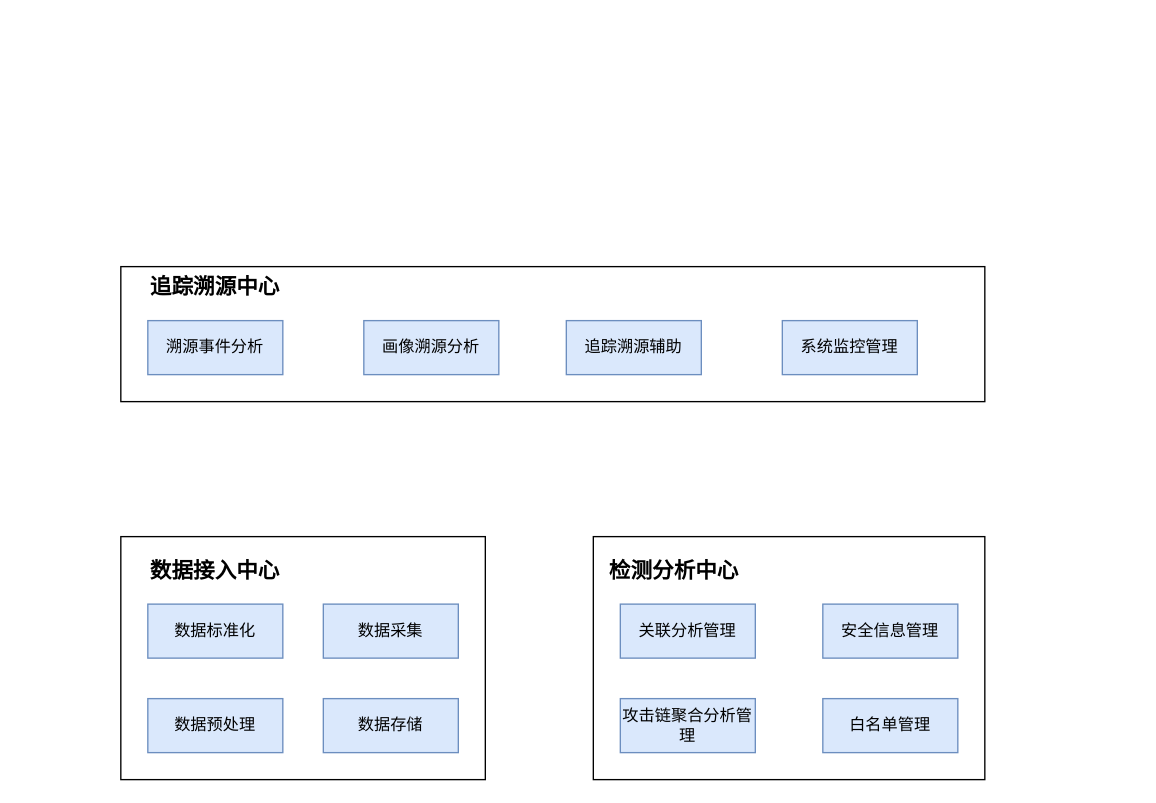
Before: 概要设计-内部接口设计.drawio in popvlovs/popvlovs-repository, a draw.io diagram. Source tidied: cells renumbered, new cells numbered last; positions are measured from the earlier drawing's top-left corner, leaving out a move shared by most shapes. Both pictures are drawn from the tidied source at 135%, with x=0, y=0 at pixel (120, 266).
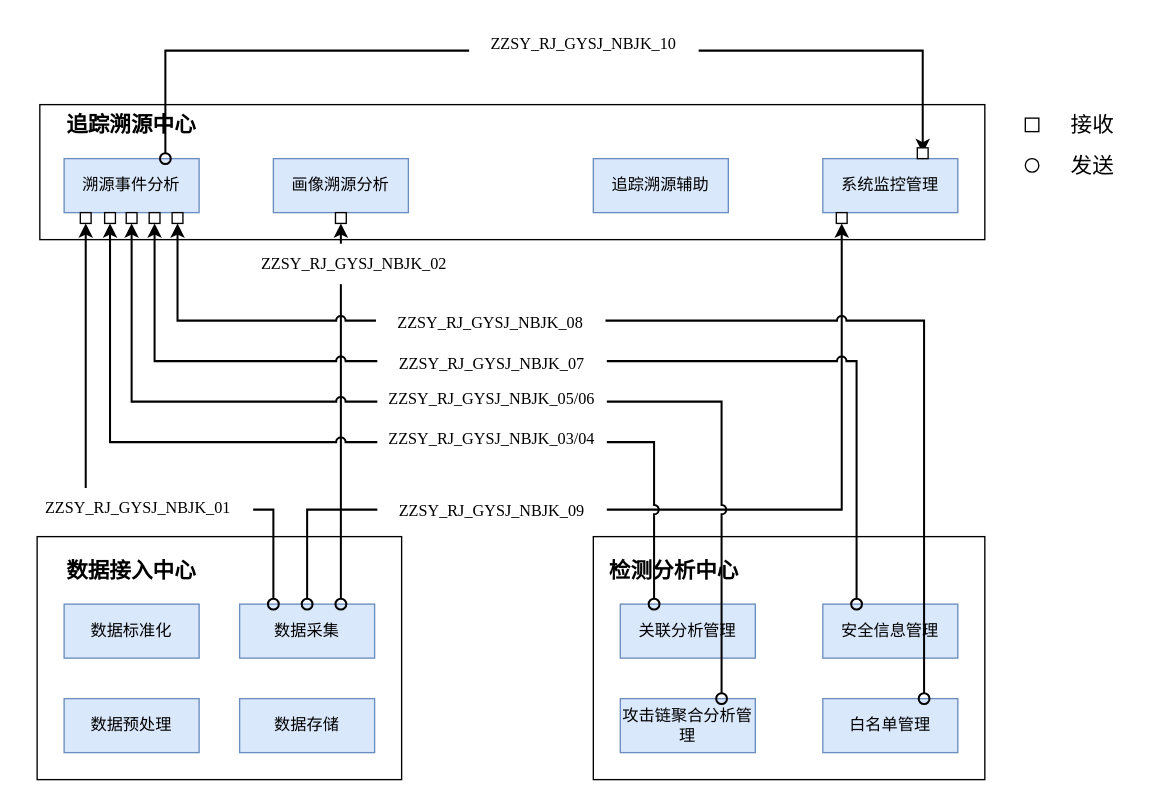
The same page after the edit.

Commit message (it also covers changes not shown here):
Update 概要设计-内部接口设计.drawio

The change refers to these unchanged cells:
```xml
<mxCell id="16" value="关联分析管理" style="rounded=0;whiteSpace=wrap;html=1;fillColor=#dae8fc;strokeColor=#6c8ebf;" parent="1" vertex="1">
  <mxGeometry x="370" y="250" width="100" height="40" as="geometry" />
</mxCell>
<mxCell id="17" value="攻击链聚合分析管理" style="rounded=0;whiteSpace=wrap;html=1;fillColor=#dae8fc;strokeColor=#6c8ebf;" parent="1" vertex="1">
  <mxGeometry x="370" y="320" width="100" height="40" as="geometry" />
</mxCell>
<mxCell id="18" value="安全信息管理" style="rounded=0;whiteSpace=wrap;html=1;fillColor=#dae8fc;strokeColor=#6c8ebf;" parent="1" vertex="1">
  <mxGeometry x="520" y="250" width="100" height="40" as="geometry" />
</mxCell>
<mxCell id="19" value="白名单管理" style="rounded=0;whiteSpace=wrap;html=1;fillColor=#dae8fc;strokeColor=#6c8ebf;" parent="1" vertex="1">
  <mxGeometry x="520" y="320" width="100" height="40" as="geometry" />
</mxCell>
```

What changed in the source:
```diff
@@
     <mxCell id="2" style="rounded=0;whiteSpace=wrap;html=1;" parent="1" vertex="1">
-      <mxGeometry width="640" height="100" as="geometry" />
+      <mxGeometry x="-60" y="-120" width="700" height="100" as="geometry" />
     </mxCell>
     <mxCell id="3" value="追踪溯源中心" style="text;html=1;strokeColor=none;fillColor=none;align=center;verticalAlign=middle;whiteSpace=wrap;rounded=0;fontStyle=1;fontSize=16;" parent="1" vertex="1">
-      <mxGeometry x="10" width="120" height="30" as="geometry" />
+      <mxGeometry x="-52" y="-120" width="120" height="30" as="geometry" />
     </mxCell>
     <mxCell id="4" value="溯源事件分析" style="rounded=0;whiteSpace=wrap;html=1;fillColor=#dae8fc;strokeColor=#6c8ebf;" parent="1" vertex="1">
-      <mxGeometry x="20" y="40" width="100" height="40" as="geometry" />
+      <mxGeometry x="-42" y="-80" width="100" height="40" as="geometry" />
     </mxCell>
     <mxCell id="5" value="画像溯源分析" style="rounded=0;whiteSpace=wrap;html=1;fillColor=#dae8fc;strokeColor=#6c8ebf;" parent="1" vertex="1">
-      <mxGeometry x="180" y="40" width="100" height="40" as="geometry" />
+      <mxGeometry x="113" y="-80" width="100" height="40" as="geometry" />
     </mxCell>
+    <mxCell id="20" style="edgeStyle=orthogonalEdgeStyle;shape=connector;rounded=0;sketch=0;jumpStyle=arc;jettySize=auto;html=1;exitX=0.75;exitY=0;exitDx=0;exitDy=0;labelBackgroundColor=default;fontFamily=Helvetica;fontSize=16;fontColor=default;startArrow=oval;startFill=0;endArrow=classic;endFill=1;startSize=8;endSize=6;strokeColor=default;strokeWidth=1.5;" parent="1" edge="1" source="4">
+      <mxGeometry relative="1" as="geometry">
+        <mxPoint x="594" y="-84" as="targetPoint" />
+        <Array as="points">
+          <mxPoint x="33" y="-160" />
+          <mxPoint x="594" y="-160" />
+        </Array>
+      </mxGeometry>
+    </mxCell>
     <mxCell id="6" value="追踪溯源辅助" style="rounded=0;whiteSpace=wrap;html=1;fillColor=#dae8fc;strokeColor=#6c8ebf;" parent="1" vertex="1">
-      <mxGeometry x="330" y="40" width="100" height="40" as="geometry" />
+      <mxGeometry x="350" y="-80" width="100" height="40" as="geometry" />
     </mxCell>
     <mxCell id="7" value="系统监控管理" style="rounded=0;whiteSpace=wrap;html=1;fillColor=#dae8fc;strokeColor=#6c8ebf;" parent="1" vertex="1">
-      <mxGeometry x="490" y="40" width="100" height="40" as="geometry" />
+      <mxGeometry x="520" y="-80" width="100" height="40" as="geometry" />
     </mxCell>
     <mxCell id="8" style="rounded=0;whiteSpace=wrap;html=1;" parent="1" vertex="1">
-      <mxGeometry y="200" width="270" height="180" as="geometry" />
+      <mxGeometry x="-62" y="200" width="270" height="180" as="geometry" />
     </mxCell>
     <mxCell id="9" value="数据接入中心" style="text;html=1;strokeColor=none;fillColor=none;align=center;verticalAlign=middle;whiteSpace=wrap;rounded=0;fontStyle=1;fontSize=16;" parent="1" vertex="1">
-      <mxGeometry x="10" y="210" width="120" height="30" as="geometry" />
+      <mxGeometry x="-52" y="210" width="120" height="30" as="geometry" />
     </mxCell>
     <mxCell id="10" value="数据标准化" style="rounded=0;whiteSpace=wrap;html=1;fillColor=#dae8fc;strokeColor=#6c8ebf;" parent="1" vertex="1">
-      <mxGeometry x="20" y="250" width="100" height="40" as="geometry" />
+      <mxGeometry x="-42" y="250" width="100" height="40" as="geometry" />
     </mxCell>
     <mxCell id="11" value="数据预处理" style="rounded=0;whiteSpace=wrap;html=1;fillColor=#dae8fc;strokeColor=#6c8ebf;" parent="1" vertex="1">
-      <mxGeometry x="20" y="320" width="100" height="40" as="geometry" />
+      <mxGeometry x="-42" y="320" width="100" height="40" as="geometry" />
     </mxCell>
     <mxCell id="12" value="数据采集" style="rounded=0;whiteSpace=wrap;html=1;fillColor=#dae8fc;strokeColor=#6c8ebf;" parent="1" vertex="1">
-      <mxGeometry x="150" y="250" width="100" height="40" as="geometry" />
+      <mxGeometry x="88" y="250" width="100" height="40" as="geometry" />
     </mxCell>
+    <mxCell id="21" style="edgeStyle=orthogonalEdgeStyle;shape=connector;rounded=0;sketch=0;jumpStyle=arc;jettySize=auto;html=1;entryX=0.5;entryY=1;entryDx=0;entryDy=0;labelBackgroundColor=default;fontFamily=Helvetica;fontSize=16;fontColor=default;startArrow=oval;startFill=0;endArrow=classic;endFill=1;startSize=8;endSize=6;strokeColor=default;strokeWidth=1.5;" parent="1" edge="1" source="12" target="28">
+      <mxGeometry relative="1" as="geometry">
+        <Array as="points">
+          <mxPoint x="113" y="180" />
+          <mxPoint x="-26" y="180" />
+        </Array>
+      </mxGeometry>
+    </mxCell>
+    <mxCell id="22" style="edgeStyle=orthogonalEdgeStyle;shape=connector;rounded=0;sketch=0;jumpStyle=arc;jettySize=auto;html=1;exitX=0.5;exitY=0;exitDx=0;exitDy=0;entryX=0.5;entryY=1;entryDx=0;entryDy=0;labelBackgroundColor=default;fontFamily=Helvetica;fontSize=16;fontColor=default;startArrow=oval;startFill=0;endArrow=classic;endFill=1;startSize=8;endSize=6;strokeColor=default;strokeWidth=1.5;" parent="1" edge="1" source="12" target="35">
+      <mxGeometry relative="1" as="geometry">
+        <Array as="points">
+          <mxPoint x="138" y="180" />
+          <mxPoint x="534" y="180" />
+        </Array>
+      </mxGeometry>
+    </mxCell>
+    <mxCell id="23" style="edgeStyle=orthogonalEdgeStyle;shape=connector;rounded=0;jettySize=auto;html=1;exitX=0.75;exitY=0;exitDx=0;exitDy=0;entryX=0.5;entryY=1;entryDx=0;entryDy=0;labelBackgroundColor=default;fontFamily=Helvetica;fontSize=16;fontColor=default;startArrow=oval;startFill=0;endArrow=classic;endFill=1;startSize=8;endSize=6;strokeColor=default;strokeWidth=1.5;" parent="1" edge="1" source="12" target="34">
+      <mxGeometry relative="1" as="geometry" />
+    </mxCell>
     <mxCell id="13" value="数据存储" style="rounded=0;whiteSpace=wrap;html=1;fillColor=#dae8fc;strokeColor=#6c8ebf;" parent="1" vertex="1">
-      <mxGeometry x="150" y="320" width="100" height="40" as="geometry" />
+      <mxGeometry x="88" y="320" width="100" height="40" as="geometry" />
     </mxCell>
@@
+    <mxCell id="24" style="edgeStyle=orthogonalEdgeStyle;shape=connector;rounded=0;jettySize=auto;html=1;exitX=0.25;exitY=0;exitDx=0;exitDy=0;labelBackgroundColor=default;fontFamily=Helvetica;fontSize=16;fontColor=default;startArrow=oval;startFill=0;endArrow=classic;endFill=1;startSize=8;endSize=6;strokeColor=default;strokeWidth=1.5;sketch=0;jumpStyle=arc;entryX=0.5;entryY=1;entryDx=0;entryDy=0;" parent="1" edge="1" source="16" target="31">
+      <mxGeometry relative="1" as="geometry">
+        <Array as="points">
+          <mxPoint x="395" y="130" />
+          <mxPoint x="-8" y="130" />
+        </Array>
+      </mxGeometry>
+    </mxCell>
@@
+    <mxCell id="25" style="edgeStyle=orthogonalEdgeStyle;shape=connector;rounded=0;sketch=0;jumpStyle=arc;jettySize=auto;html=1;exitX=0.75;exitY=0;exitDx=0;exitDy=0;labelBackgroundColor=default;fontFamily=Helvetica;fontSize=16;fontColor=default;startArrow=oval;startFill=0;endArrow=classic;endFill=1;startSize=8;endSize=6;strokeColor=default;strokeWidth=1.5;entryX=0.5;entryY=1;entryDx=0;entryDy=0;" parent="1" edge="1" source="17" target="30">
+      <mxGeometry relative="1" as="geometry">
+        <Array as="points">
+          <mxPoint x="445" y="100" />
+          <mxPoint x="8" y="100" />
+        </Array>
+      </mxGeometry>
+    </mxCell>
@@
+    <mxCell id="26" style="edgeStyle=orthogonalEdgeStyle;shape=connector;rounded=0;sketch=0;jumpStyle=arc;jettySize=auto;html=1;exitX=0.25;exitY=0;exitDx=0;exitDy=0;entryX=0.5;entryY=1;entryDx=0;entryDy=0;labelBackgroundColor=default;fontFamily=Helvetica;fontSize=16;fontColor=default;startArrow=oval;startFill=0;endArrow=classic;endFill=1;startSize=8;endSize=6;strokeColor=default;strokeWidth=1.5;" parent="1" edge="1" source="18" target="32">
+      <mxGeometry relative="1" as="geometry">
+        <Array as="points">
+          <mxPoint x="545" y="70" />
+          <mxPoint x="25" y="70" />
+        </Array>
+      </mxGeometry>
+    </mxCell>
@@
+    <mxCell id="27" style="edgeStyle=orthogonalEdgeStyle;shape=connector;rounded=0;sketch=0;jumpStyle=arc;jettySize=auto;html=1;exitX=0.75;exitY=0;exitDx=0;exitDy=0;entryX=0.5;entryY=1;entryDx=0;entryDy=0;labelBackgroundColor=default;fontFamily=Helvetica;fontSize=16;fontColor=default;startArrow=oval;startFill=0;endArrow=classic;endFill=1;startSize=8;endSize=6;strokeColor=default;strokeWidth=1.5;" parent="1" edge="1" source="19" target="33">
+      <mxGeometry relative="1" as="geometry">
+        <Array as="points">
+          <mxPoint x="595" y="40" />
+          <mxPoint x="42" y="40" />
+        </Array>
+      </mxGeometry>
+    </mxCell>
+    <mxCell id="28" style="rounded=0;whiteSpace=wrap;html=1;fontFamily=Helvetica;fontSize=16;fontColor=default;" parent="1" vertex="1">
+      <mxGeometry x="-30" y="-40" width="8" height="8" as="geometry" />
+    </mxCell>
+    <mxCell id="29" value="&lt;span lang=&quot;EN-US&quot; style=&quot;font-size: 12px; font-family: &amp;quot;times new roman&amp;quot;, serif;&quot;&gt;ZZSY_RJ_GYSJ_NBJK_01&lt;/span&gt;" style="text;html=1;strokeColor=none;fillColor=#FFFFFF;align=center;verticalAlign=middle;whiteSpace=wrap;rounded=0;fontFamily=Helvetica;fontSize=12;fontColor=default;" parent="1" vertex="1">
+      <mxGeometry x="-72" y="164" width="170" height="30" as="geometry" />
+    </mxCell>
+    <mxCell id="30" style="rounded=0;whiteSpace=wrap;html=1;fontFamily=Helvetica;fontSize=16;fontColor=default;" parent="1" vertex="1">
+      <mxGeometry x="4" y="-40" width="8" height="8" as="geometry" />
+    </mxCell>
+    <mxCell id="31" style="rounded=0;whiteSpace=wrap;html=1;fontFamily=Helvetica;fontSize=16;fontColor=default;" parent="1" vertex="1">
+      <mxGeometry x="-12" y="-40" width="8" height="8" as="geometry" />
+    </mxCell>
+    <mxCell id="32" style="rounded=0;whiteSpace=wrap;html=1;fontFamily=Helvetica;fontSize=16;fontColor=default;" parent="1" vertex="1">
+      <mxGeometry x="21" y="-40" width="8" height="8" as="geometry" />
+    </mxCell>
+    <mxCell id="33" style="rounded=0;whiteSpace=wrap;html=1;fontFamily=Helvetica;fontSize=16;fontColor=default;" parent="1" vertex="1">
+      <mxGeometry x="38" y="-40" width="8" height="8" as="geometry" />
+    </mxCell>
+    <mxCell id="34" style="rounded=0;whiteSpace=wrap;html=1;fontFamily=Helvetica;fontSize=16;fontColor=default;" parent="1" vertex="1">
+      <mxGeometry x="159" y="-40" width="8" height="8" as="geometry" />
+    </mxCell>
+    <mxCell id="35" style="rounded=0;whiteSpace=wrap;html=1;fontFamily=Helvetica;fontSize=16;fontColor=default;" parent="1" vertex="1">
+      <mxGeometry x="530" y="-40" width="8" height="8" as="geometry" />
+    </mxCell>
+    <mxCell id="36" style="rounded=0;whiteSpace=wrap;html=1;fontFamily=Helvetica;fontSize=16;fontColor=default;" parent="1" vertex="1">
+      <mxGeometry x="590" y="-88" width="8" height="8" as="geometry" />
+    </mxCell>
+    <mxCell id="37" value="&lt;span lang=&quot;EN-US&quot; style=&quot;font-size: 12px ; font-family: &amp;#34;times new roman&amp;#34; , serif&quot;&gt;ZZSY_RJ_GYSJ_NBJK_02&lt;/span&gt;" style="text;html=1;strokeColor=none;fillColor=#FFFFFF;align=center;verticalAlign=middle;whiteSpace=wrap;rounded=0;fontFamily=Helvetica;fontSize=12;fontColor=default;" parent="1" vertex="1">
+      <mxGeometry x="88" y="-17" width="170" height="30" as="geometry" />
+    </mxCell>
+    <mxCell id="38" value="&lt;span lang=&quot;EN-US&quot; style=&quot;font-size: 12px ; font-family: &amp;#34;times new roman&amp;#34; , serif&quot;&gt;ZZSY_RJ_GYSJ_NBJK_03/04&lt;/span&gt;" style="text;html=1;strokeColor=none;fillColor=#FFFFFF;align=center;verticalAlign=middle;whiteSpace=wrap;rounded=0;fontFamily=Helvetica;fontSize=12;fontColor=default;" parent="1" vertex="1">
+      <mxGeometry x="190" y="113" width="170" height="30" as="geometry" />
+    </mxCell>
+    <mxCell id="39" value="&lt;span lang=&quot;EN-US&quot; style=&quot;font-size: 12px ; font-family: &amp;#34;times new roman&amp;#34; , serif&quot;&gt;ZZSY_RJ_GYSJ_NBJK_10&lt;/span&gt;" style="text;html=1;strokeColor=none;fillColor=#FFFFFF;align=center;verticalAlign=middle;whiteSpace=wrap;rounded=0;fontFamily=Helvetica;fontSize=12;fontColor=default;" parent="1" vertex="1">
+      <mxGeometry x="258" y="-180" width="170" height="30" as="geometry" />
+    </mxCell>
+    <mxCell id="40" value="&lt;span lang=&quot;EN-US&quot; style=&quot;font-size: 12px ; font-family: &amp;#34;times new roman&amp;#34; , serif&quot;&gt;ZZSY_RJ_GYSJ_NBJK_09&lt;/span&gt;" style="text;html=1;strokeColor=none;fillColor=#FFFFFF;align=center;verticalAlign=middle;whiteSpace=wrap;rounded=0;fontFamily=Helvetica;fontSize=12;fontColor=default;" parent="1" vertex="1">
+      <mxGeometry x="190" y="166" width="170" height="30" as="geometry" />
+    </mxCell>
+    <mxCell id="41" value="&lt;span lang=&quot;EN-US&quot; style=&quot;font-size: 12px ; font-family: &amp;#34;times new roman&amp;#34; , serif&quot;&gt;ZZSY_RJ_GYSJ_NBJK_05/06&lt;/span&gt;" style="text;html=1;strokeColor=none;fillColor=#FFFFFF;align=center;verticalAlign=middle;whiteSpace=wrap;rounded=0;fontFamily=Helvetica;fontSize=12;fontColor=default;" parent="1" vertex="1">
+      <mxGeometry x="190" y="83" width="170" height="30" as="geometry" />
+    </mxCell>
+    <mxCell id="42" value="&lt;span lang=&quot;EN-US&quot; style=&quot;font-size: 12px ; font-family: &amp;#34;times new roman&amp;#34; , serif&quot;&gt;ZZSY_RJ_GYSJ_NBJK_07&lt;/span&gt;" style="text;html=1;strokeColor=none;fillColor=#FFFFFF;align=center;verticalAlign=middle;whiteSpace=wrap;rounded=0;fontFamily=Helvetica;fontSize=12;fontColor=default;" parent="1" vertex="1">
+      <mxGeometry x="190" y="57" width="170" height="30" as="geometry" />
+    </mxCell>
+    <mxCell id="43" value="&lt;span lang=&quot;EN-US&quot; style=&quot;font-size: 12px ; font-family: &amp;#34;times new roman&amp;#34; , serif&quot;&gt;ZZSY_RJ_GYSJ_NBJK_08&lt;/span&gt;" style="text;html=1;strokeColor=none;fillColor=#FFFFFF;align=center;verticalAlign=middle;whiteSpace=wrap;rounded=0;fontFamily=Helvetica;fontSize=12;fontColor=default;" parent="1" vertex="1">
+      <mxGeometry x="189" y="27" width="170" height="30" as="geometry" />
+    </mxCell>
+    <mxCell id="44" style="group;" parent="1" vertex="1">
+      <mxGeometry x="670" y="-120" width="80" height="60" as="geometry" />
+    </mxCell>
+    <mxCell id="45" style="rounded=0;whiteSpace=wrap;html=1;fontFamily=Helvetica;fontSize=16;fontColor=default;" parent="44" vertex="1">
+      <mxGeometry y="10" width="10" height="10" as="geometry" />
+    </mxCell>
+    <mxCell id="46" value="接收" style="text;html=1;strokeColor=none;fillColor=none;align=center;verticalAlign=middle;whiteSpace=wrap;rounded=0;fontFamily=Helvetica;fontSize=16;fontColor=default;" parent="44" vertex="1">
+      <mxGeometry x="20" width="60" height="30" as="geometry" />
+    </mxCell>
+    <mxCell id="47" style="ellipse;whiteSpace=wrap;html=1;fontFamily=Helvetica;fontSize=16;fontColor=default;" parent="44" vertex="1">
+      <mxGeometry y="40" width="10" height="10" as="geometry" />
+    </mxCell>
+    <mxCell id="48" value="发送" style="text;html=1;strokeColor=none;fillColor=none;align=center;verticalAlign=middle;whiteSpace=wrap;rounded=0;fontFamily=Helvetica;fontSize=16;fontColor=default;" parent="44" vertex="1">
+      <mxGeometry x="20" y="30" width="60" height="30" as="geometry" />
+    </mxCell>
```
